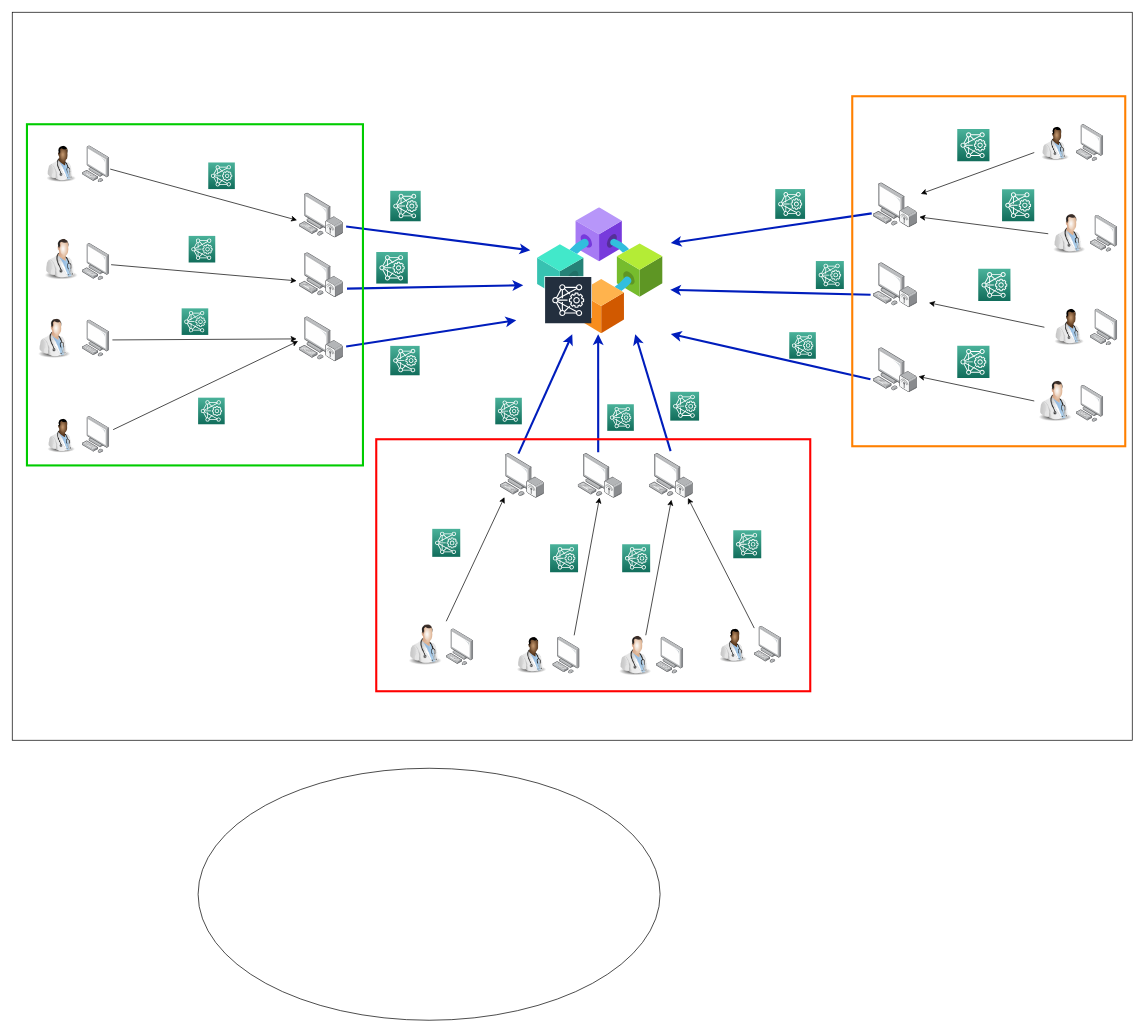
Before: my_diagram.drawio in yacine-djenandar/blockchain-ehr-app, a draw.io diagram. Source tidied: cells renumbered, new cells numbered last; positions are measured from the earlier drawing's top-left corner, leaving out a move shared by most shapes. Both pictures are drawn from the tidied source at 70%, with x=0, y=0 at pixel (12, 12).
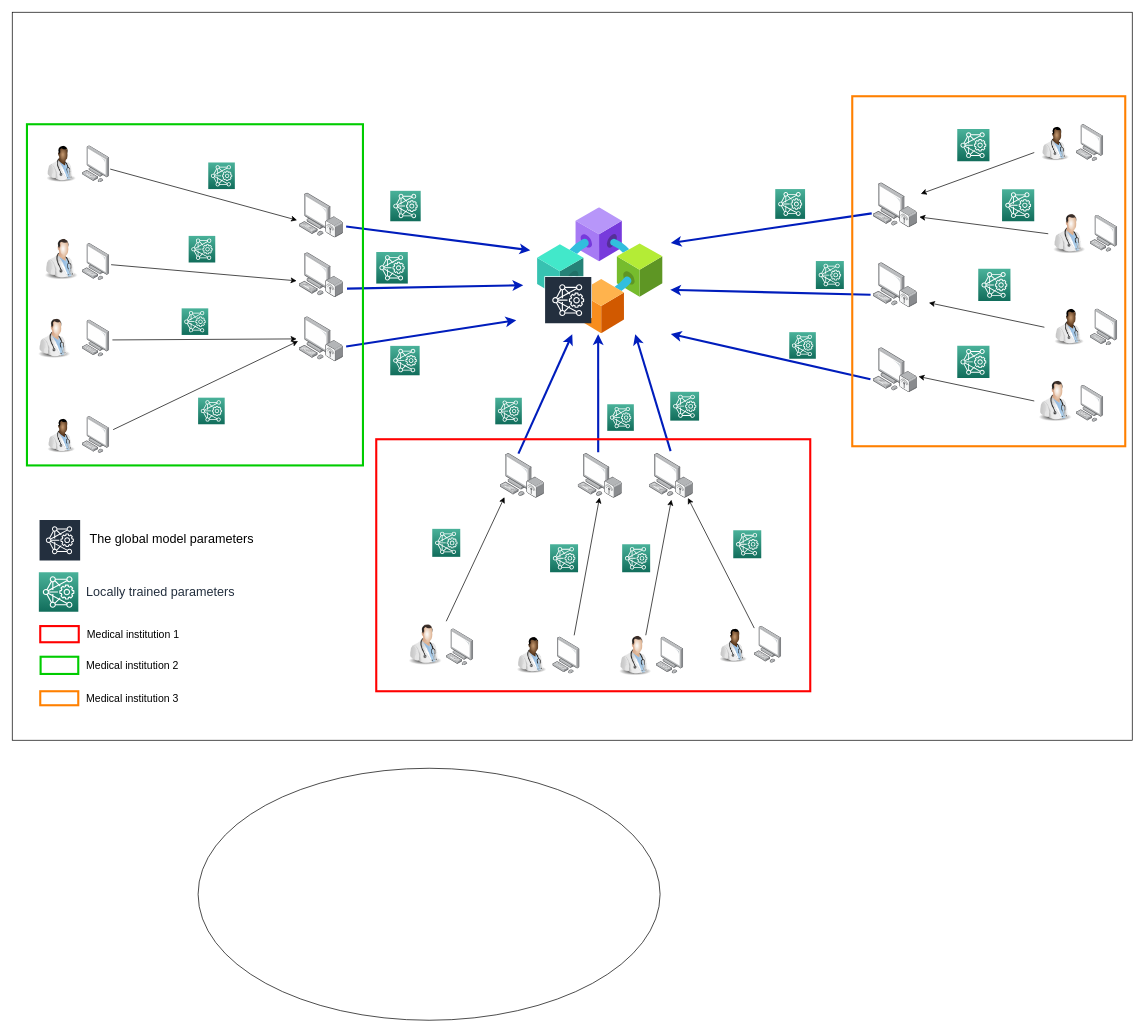
Above is the later version.

Commit message (it also covers changes not shown here):
Mettre à jour my_diagram.drawio

What changed in the source:
```diff
@@
-    <mxCell id="2" style="rounded=0;whiteSpace=wrap;html=1;fillColor=#FFFFFF;gradientColor=none;" parent="1" vertex="1">
+    <mxCell id="2" style="rounded=0;whiteSpace=wrap;html=1;fillColor=#FFFFFF;gradientColor=none;align=left;" parent="1" vertex="1">
       <mxGeometry width="1600" height="1040" as="geometry" />
     </mxCell>
@@
+    <mxCell id="84" value="The global model parameters" style="sketch=0;gradientColor=none;strokeColor=#ffffff;fillColor=#232F3E;dashed=0;verticalLabelPosition=middle;verticalAlign=middle;align=left;html=1;spacing=3;shape=mxgraph.aws4.productIcon;prIcon=mxgraph.aws4.deep_learning_amis;labelPosition=right;spacingLeft=10;fontSize=18;fontColor=#000000;" parent="1" vertex="1">
+      <mxGeometry x="38" y="724.2" width="60" height="55.8" as="geometry" />
+    </mxCell>
+    <mxCell id="85" value="Locally trained parameters" style="sketch=0;fontColor=#232F3E;gradientColor=#4AB29A;gradientDirection=north;fillColor=#116D5B;strokeColor=#ffffff;dashed=0;verticalLabelPosition=middle;verticalAlign=middle;align=left;html=1;fontSize=18;fontStyle=0;shape=mxgraph.aws4.resourceIcon;resIcon=mxgraph.aws4.deep_learning_amis;spacingLeft=10;labelPosition=right;" parent="1" vertex="1">
+      <mxGeometry x="38" y="800" width="56.4" height="56.4" as="geometry" />
+    </mxCell>
+    <mxCell id="86" value="Medical institution 1" style="rounded=0;html=1;fillColor=none;strokeColor=#FF0000;strokeWidth=3;fontColor=#000000;align=left;fontSize=15;spacingLeft=10;labelPosition=right;verticalLabelPosition=middle;verticalAlign=middle;" parent="1" vertex="1">
+      <mxGeometry x="40" y="876.9" width="55" height="23.1" as="geometry" />
+    </mxCell>
+    <mxCell id="87" value="&lt;font color=&quot;#000000&quot; style=&quot;font-size: 15px;&quot;&gt;Medical institution 2&lt;br style=&quot;font-size: 15px;&quot;&gt;&lt;/font&gt;" style="rounded=0;html=1;fillColor=none;strokeColor=#00CC00;strokeWidth=3;fontSize=15;labelPosition=right;verticalLabelPosition=middle;align=left;verticalAlign=middle;spacingLeft=10;" parent="1" vertex="1">
+      <mxGeometry x="40.5" y="920.7" width="53.8" height="24.6" as="geometry" />
+    </mxCell>
+    <mxCell id="88" value="Medical institution 3" style="rounded=0;html=1;fillColor=none;strokeColor=#FF8000;strokeWidth=3;spacingLeft=10;fontColor=#000000;labelPosition=right;verticalLabelPosition=middle;align=left;verticalAlign=middle;fontSize=15;" parent="1" vertex="1">
+      <mxGeometry x="40" y="970" width="54.3" height="20" as="geometry" />
+    </mxCell>
```
